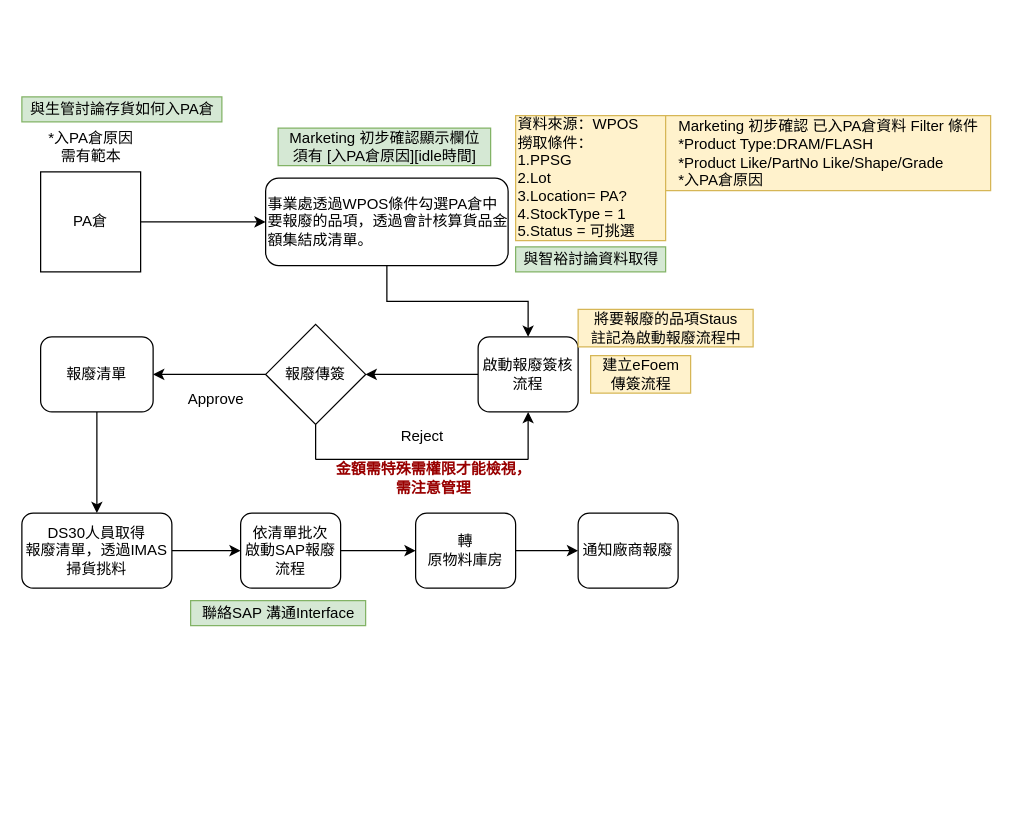
Above: SCRAP.drawio in Charles886/zzcoco (draw.io), before the change. Source tidied: cells renumbered, new cells numbered last; positions are measured from the earlier drawing's top-left corner, leaving out a move shared by most shapes. Both pictures are drawn from the tidied source at 125%, with x=0, y=0 at pixel (21, 96).
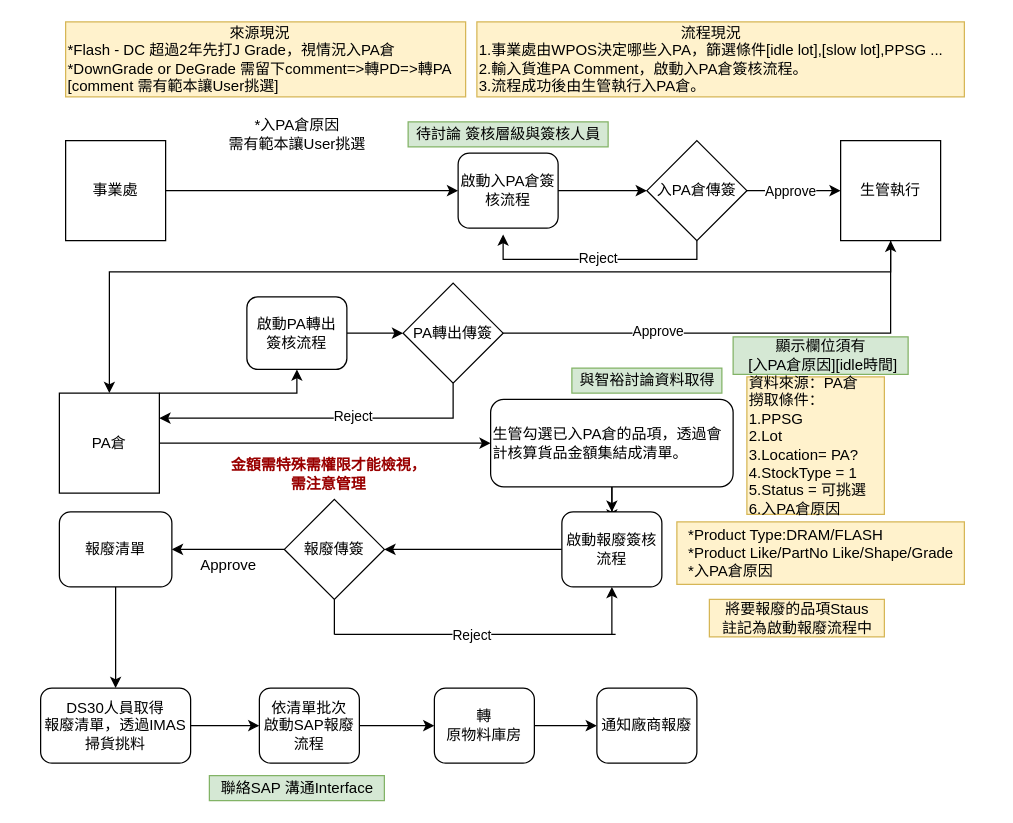
The same page after the edit.

Diff of the diagram source:
```diff
@@
+    <mxCell id="34" style="edgeStyle=orthogonalEdgeStyle;rounded=0;jettySize=auto;html=1;" parent="1" edge="1" source="2" target="10">
+      <mxGeometry relative="1" as="geometry" />
+    </mxCell>
-    <mxCell id="2" value="事業處透過WPOS條件勾選PA倉中要報廢的品項，透過會計核算貨品金額集結成清單。" style="rounded=1;whiteSpace=wrap;html=1;align=left;" parent="1" vertex="1">
-      <mxGeometry x="195" y="65" width="194" height="70" as="geometry" />
+    <mxCell id="2" value="生管勾選已入PA倉的品項，透過會計核算貨品金額集結成清單。" style="rounded=1;whiteSpace=wrap;html=1;align=left;" parent="1" vertex="1">
+      <mxGeometry x="375" y="242" width="194" height="70" as="geometry" />
     </mxCell>
@@
     <mxCell id="4" value="DS30人員取得&lt;br&gt;報廢清單，透過IMAS掃貨挑料" style="rounded=1;whiteSpace=wrap;html=1;" parent="1" vertex="1">
-      <mxGeometry y="333" width="120" height="60" as="geometry" />
+      <mxGeometry x="15" y="473" width="120" height="60" as="geometry" />
     </mxCell>
@@
     <mxCell id="6" value="轉&lt;br&gt;原物料庫房" style="rounded=1;whiteSpace=wrap;html=1;" parent="1" vertex="1">
-      <mxGeometry x="315" y="333" width="80" height="60" as="geometry" />
+      <mxGeometry x="330" y="473" width="80" height="60" as="geometry" />
     </mxCell>
     <mxCell id="7" value="通知廠商報廢" style="rounded=1;whiteSpace=wrap;html=1;" parent="1" vertex="1">
-      <mxGeometry x="445" y="333" width="80" height="60" as="geometry" />
+      <mxGeometry x="460" y="473" width="80" height="60" as="geometry" />
     </mxCell>
-    <mxCell id="8" style="edgeStyle=orthogonalEdgeStyle;rounded=0;jettySize=auto;html=1;entryX=0.5;entryY=0;entryDx=0;entryDy=0;exitX=0.5;exitY=1;exitDx=0;exitDy=0;" parent="1" edge="1" source="2" target="10">
-      <mxGeometry relative="1" as="geometry" />
+    <mxCell id="8" style="edgeStyle=orthogonalEdgeStyle;rounded=0;jettySize=auto;html=1;entryX=0.5;entryY=0;entryDx=0;entryDy=0;exitX=0.5;exitY=1;exitDx=0;exitDy=0;" parent="1" edge="1" source="2">
+      <mxGeometry relative="1" as="geometry">
+        <mxPoint x="472" y="339" as="targetPoint" />
+      </mxGeometry>
     </mxCell>
@@
     <mxCell id="10" value="啟動報廢簽核流程" style="rounded=1;whiteSpace=wrap;html=1;" parent="1" vertex="1">
-      <mxGeometry x="365" y="192" width="80" height="60" as="geometry" />
+      <mxGeometry x="432" y="332" width="80" height="60" as="geometry" />
     </mxCell>
@@
     <mxCell id="12" value="依清單批次&lt;br&gt;啟動SAP報廢流程" style="rounded=1;whiteSpace=wrap;html=1;" parent="1" vertex="1">
-      <mxGeometry x="175" y="333" width="80" height="60" as="geometry" />
+      <mxGeometry x="190" y="473" width="80" height="60" as="geometry" />
     </mxCell>
@@
     <mxCell id="14" value="報廢清單" style="rounded=1;whiteSpace=wrap;html=1;" parent="1" vertex="1">
-      <mxGeometry x="15" y="192" width="90" height="60" as="geometry" />
+      <mxGeometry x="30" y="332" width="90" height="60" as="geometry" />
     </mxCell>
-    <mxCell id="15" value="資料來源：WPOS&amp;nbsp;&lt;br&gt;撈取條件：&lt;br&gt;1.PPSG &lt;br&gt;2.Lot &lt;br&gt;3.Location= PA?&lt;br&gt;4.StockType = 1&amp;nbsp;&lt;br&gt;5.Status = 可挑選" style="text;html=1;align=left;verticalAlign=middle;fillColor=#fff2cc;strokeColor=#d6b656;" parent="1" vertex="1">
-      <mxGeometry x="395" y="15" width="120" height="100" as="geometry" />
+    <mxCell id="15" value="資料來源：PA倉&amp;nbsp;&lt;br&gt;撈取條件：&lt;br&gt;1.PPSG &lt;br&gt;2.Lot &lt;br&gt;3.Location= PA?&lt;br&gt;4.StockType = 1&amp;nbsp;&lt;br&gt;5.Status = 可挑選&lt;br&gt;6.入PA倉原因" style="text;html=1;align=left;verticalAlign=middle;fillColor=#fff2cc;strokeColor=#d6b656;" parent="1" vertex="1">
+      <mxGeometry x="580" y="224" width="110" height="110" as="geometry" />
     </mxCell>
     <mxCell id="16" value="聯絡SAP 溝通Interface" style="text;html=1;align=center;verticalAlign=middle;fillColor=#d5e8d4;strokeColor=#82b366;" parent="1" vertex="1">
-      <mxGeometry x="135" y="403" width="140" height="20" as="geometry" />
+      <mxGeometry x="150" y="543" width="140" height="20" as="geometry" />
     </mxCell>
-    <mxCell id="17" value="Marketing 初步確認顯示欄位&lt;br&gt;須有 [入PA倉原因][idle時間]" style="text;html=1;align=center;verticalAlign=middle;fillColor=#d5e8d4;strokeColor=#82b366;" parent="1" vertex="1">
-      <mxGeometry x="205" y="25" width="170" height="30" as="geometry" />
+    <mxCell id="17" value="顯示欄位須有&lt;br&gt;&amp;nbsp;[入PA倉原因][idle時間]" style="text;html=1;align=center;verticalAlign=middle;fillColor=#d5e8d4;strokeColor=#82b366;" parent="1" vertex="1">
+      <mxGeometry x="569" y="192" width="140" height="30" as="geometry" />
     </mxCell>
     <mxCell id="18" value="與智裕討論資料取得" style="text;html=1;align=center;verticalAlign=middle;fillColor=#d5e8d4;strokeColor=#82b366;" parent="1" vertex="1">
-      <mxGeometry x="395" y="120" width="120" height="20" as="geometry" />
+      <mxGeometry x="440" y="217" width="120" height="20" as="geometry" />
     </mxCell>
     <mxCell id="19" value="將要報廢的品項Staus&lt;br&gt;註記為啟動報廢流程中" style="text;html=1;align=center;verticalAlign=middle;fillColor=#fff2cc;strokeColor=#d6b656;" parent="1" vertex="1">
-      <mxGeometry x="445" y="170" width="140" height="30" as="geometry" />
+      <mxGeometry x="550" y="402" width="140" height="30" as="geometry" />
     </mxCell>
@@
     <mxCell id="21" value="報廢傳簽" style="rhombus;whiteSpace=wrap;html=1;" parent="1" vertex="1">
-      <mxGeometry x="195" y="182" width="80" height="80" as="geometry" />
+      <mxGeometry x="210" y="322" width="80" height="80" as="geometry" />
     </mxCell>
     <mxCell id="22" style="endArrow=none;html=1;" parent="1" edge="1">
       <mxGeometry relative="1" as="geometry">
-        <mxPoint x="235" y="290" as="sourcePoint" />
-        <mxPoint x="405" y="290" as="targetPoint" />
+        <mxPoint x="250" y="430" as="sourcePoint" />
+        <mxPoint x="475" y="430" as="targetPoint" />
       </mxGeometry>
     </mxCell>
+    <mxCell id="35" value="Reject" style="edgeLabel;html=1;align=center;verticalAlign=middle;" parent="22" vertex="1">
+      <mxGeometry x="-0.89" y="1" relative="1" as="geometry">
+        <mxPoint x="97.5" y="1" as="offset" />
+      </mxGeometry>
+    </mxCell>
     <mxCell id="23" style="endArrow=none;html=1;entryX=0.5;entryY=1;entryDx=0;entryDy=0;" parent="1" edge="1" target="21">
       <mxGeometry relative="1" as="geometry">
-        <mxPoint x="235" y="290" as="sourcePoint" />
+        <mxPoint x="250" y="430" as="sourcePoint" />
       </mxGeometry>
     </mxCell>
     <mxCell id="24" style="endArrow=classic;html=1;entryX=0.5;entryY=1;entryDx=0;entryDy=0;" parent="1" edge="1" target="10">
       <mxGeometry relative="1" as="geometry">
-        <mxPoint x="405" y="290" as="sourcePoint" />
+        <mxPoint x="472" y="430" as="sourcePoint" />
       </mxGeometry>
     </mxCell>
     <mxCell id="25" value="Approve" style="text;html=1;align=center;verticalAlign=middle;" parent="1" vertex="1">
-      <mxGeometry x="125" y="232" width="60" height="20" as="geometry" />
+      <mxGeometry x="135" y="365" width="60" height="20" as="geometry" />
     </mxCell>
-    <mxCell id="26" value="Reject" style="text;html=1;align=center;verticalAlign=middle;" parent="1" vertex="1">
-      <mxGeometry x="295" y="262" width="50" height="20" as="geometry" />
-    </mxCell>
     <mxCell id="27" value="&lt;font color=&quot;#990000&quot;&gt;金額需特殊需權限才能檢視，&lt;br&gt;需注意管理&lt;/font&gt;" style="text;html=1;align=center;verticalAlign=middle;fontStyle=1;" parent="1" vertex="1">
-      <mxGeometry x="244" y="290" width="170" height="30" as="geometry" />
+      <mxGeometry x="160" y="287" width="170" height="30" as="geometry" />
     </mxCell>
@@
+    <mxCell id="36" style="edgeStyle=orthogonalEdgeStyle;rounded=0;jettySize=auto;html=1;entryX=0.5;entryY=1;entryDx=0;entryDy=0;" parent="1" edge="1" source="29" target="39">
+      <mxGeometry relative="1" as="geometry">
+        <Array as="points">
+          <mxPoint x="220" y="237" />
+        </Array>
+      </mxGeometry>
+    </mxCell>
     <mxCell id="29" value="PA倉" style="whiteSpace=wrap;html=1;" parent="1" vertex="1">
-      <mxGeometry x="15" y="60" width="80" height="80" as="geometry" />
+      <mxGeometry x="30" y="237" width="80" height="80" as="geometry" />
     </mxCell>
-    <mxCell id="30" value="建立eFoem&lt;br&gt;傳簽流程" style="text;html=1;align=center;verticalAlign=middle;fillColor=#fff2cc;strokeColor=#d6b656;" parent="1" vertex="1">
-      <mxGeometry x="455" y="207" width="80" height="30" as="geometry" />
-    </mxCell>
-    <mxCell id="31" value="*入PA倉原因&lt;br&gt;需有範本" style="text;html=1;align=center;verticalAlign=middle;" parent="1" vertex="1">
-      <mxGeometry x="15" y="25" width="80" height="30" as="geometry" />
+    <mxCell id="31" value="*入PA倉原因&lt;br&gt;需有範本&lt;span style=&quot;text-align: left&quot;&gt;讓User挑選&lt;/span&gt;" style="text;html=1;align=center;verticalAlign=middle;" parent="1" vertex="1">
+      <mxGeometry x="160" y="15" width="120" height="30" as="geometry" />
     </mxCell>
-    <mxCell id="32" value="Marketing 初步確認 已入PA倉資料 Filter 條件&lt;br&gt;&lt;div style=&quot;text-align: left&quot;&gt;&lt;span&gt;*Product Type:DRAM/FLASH&lt;/span&gt;&lt;/div&gt;&lt;div style=&quot;text-align: left&quot;&gt;&lt;span&gt;*Product Like/PartNo Like/Shape/Grade&lt;/span&gt;&lt;/div&gt;&lt;div style=&quot;text-align: left&quot;&gt;&lt;span&gt;*入PA倉原因&lt;/span&gt;&lt;/div&gt;" style="text;html=1;align=center;verticalAlign=middle;fillColor=#fff2cc;strokeColor=#d6b656;" parent="1" vertex="1">
-      <mxGeometry x="515" y="15" width="260" height="60" as="geometry" />
+    <mxCell id="32" value="&lt;div style=&quot;text-align: left&quot;&gt;&lt;span&gt;*Product Type:DRAM/FLASH&lt;/span&gt;&lt;/div&gt;&lt;div style=&quot;text-align: left&quot;&gt;&lt;span&gt;*Product Like/PartNo Like/Shape/Grade&lt;/span&gt;&lt;/div&gt;&lt;div style=&quot;text-align: left&quot;&gt;&lt;span&gt;*入PA倉原因&lt;/span&gt;&lt;/div&gt;" style="text;html=1;align=center;verticalAlign=middle;fillColor=#fff2cc;strokeColor=#d6b656;" parent="1" vertex="1">
+      <mxGeometry x="524" y="340" width="230" height="50" as="geometry" />
     </mxCell>
-    <mxCell id="33" value="與生管討論存貨如何入PA倉" style="text;html=1;align=center;verticalAlign=middle;fillColor=#d5e8d4;strokeColor=#82b366;" parent="1" vertex="1">
-      <mxGeometry width="160" height="20" as="geometry" />
-    </mxCell>
+    <mxCell id="37" value="&lt;div style=&quot;text-align: center&quot;&gt;&lt;span&gt;流程現況&lt;/span&gt;&lt;/div&gt;1.事業處由WPOS決定哪些入PA，篩選條件[idle lot],[slow lot],PPSG ...&lt;br&gt;2.輸入貨進PA Comment，啟動入PA倉簽核流程。&lt;br&gt;3.流程成功後由生管執行入PA倉。" style="text;html=1;align=left;verticalAlign=middle;fillColor=#fff2cc;strokeColor=#d6b656;" parent="1" vertex="1">
+      <mxGeometry x="364" y="-60" width="390" height="60" as="geometry" />
+    </mxCell>
+    <mxCell id="38" style="edgeStyle=orthogonalEdgeStyle;rounded=0;jettySize=auto;html=1;" parent="1" edge="1" source="39" target="57">
+      <mxGeometry relative="1" as="geometry" />
+    </mxCell>
+    <mxCell id="39" value="啟動PA轉出&lt;br&gt;簽核流程" style="rounded=1;whiteSpace=wrap;html=1;" parent="1" vertex="1">
+      <mxGeometry x="180" y="160" width="80" height="58" as="geometry" />
+    </mxCell>
+    <mxCell id="40" style="edgeStyle=orthogonalEdgeStyle;rounded=0;jettySize=auto;html=1;entryX=0;entryY=0.5;entryDx=0;entryDy=0;" parent="1" edge="1" source="41" target="42">
+      <mxGeometry relative="1" as="geometry" />
+    </mxCell>
+    <mxCell id="41" value="事業處" style="whiteSpace=wrap;html=1;" parent="1" vertex="1">
+      <mxGeometry x="35" y="35" width="80" height="80" as="geometry" />
+    </mxCell>
+    <mxCell id="42" value="啟動入PA倉簽核流程" style="rounded=1;whiteSpace=wrap;html=1;" parent="1" vertex="1">
+      <mxGeometry x="349" y="45" width="80" height="60" as="geometry" />
+    </mxCell>
+    <mxCell id="43" style="edgeStyle=orthogonalEdgeStyle;rounded=0;jettySize=auto;html=1;" parent="1" edge="1" source="44" target="29">
+      <mxGeometry relative="1" as="geometry">
+        <Array as="points">
+          <mxPoint x="695" y="140" />
+          <mxPoint x="70" y="140" />
+        </Array>
+      </mxGeometry>
+    </mxCell>
+    <mxCell id="44" value="生管執行" style="whiteSpace=wrap;html=1;" parent="1" vertex="1">
+      <mxGeometry x="655" y="35" width="80" height="80" as="geometry" />
+    </mxCell>
+    <mxCell id="45" value="&lt;div style=&quot;text-align: center&quot;&gt;&lt;span&gt;來源現況&lt;/span&gt;&lt;/div&gt;*Flash - DC 超過2年先打J Grade，視情況入PA倉&lt;br&gt;*DownGrade or&amp;nbsp;DeGrade 需留下comment=&amp;gt;轉PD=&amp;gt;轉PA&lt;br&gt;[comment 需有範本讓User挑選]" style="text;html=1;align=left;verticalAlign=middle;fillColor=#fff2cc;strokeColor=#d6b656;" parent="1" vertex="1">
+      <mxGeometry x="35" y="-60" width="320" height="60" as="geometry" />
+    </mxCell>
+    <mxCell id="46" value="待討論 簽核層級與簽核人員" style="text;html=1;align=center;verticalAlign=middle;fillColor=#d5e8d4;strokeColor=#82b366;" parent="1" vertex="1">
+      <mxGeometry x="309" y="20" width="160" height="20" as="geometry" />
+    </mxCell>
+    <mxCell id="47" style="edgeStyle=orthogonalEdgeStyle;rounded=0;jettySize=auto;html=1;entryX=0;entryY=0.5;entryDx=0;entryDy=0;" parent="1" edge="1" source="51" target="44">
+      <mxGeometry relative="1" as="geometry" />
+    </mxCell>
+    <mxCell id="48" value="Approve" style="edgeLabel;html=1;align=center;verticalAlign=middle;" parent="47" vertex="1">
+      <mxGeometry x="-0.31" relative="1" as="geometry">
+        <mxPoint x="8" as="offset" />
+      </mxGeometry>
+    </mxCell>
+    <mxCell id="49" style="edgeStyle=orthogonalEdgeStyle;rounded=0;jettySize=auto;html=1;" parent="1" edge="1" source="51">
+      <mxGeometry relative="1" as="geometry">
+        <mxPoint x="385" y="110" as="targetPoint" />
+        <Array as="points">
+          <mxPoint x="540" y="130" />
+          <mxPoint x="385" y="130" />
+        </Array>
+      </mxGeometry>
+    </mxCell>
+    <mxCell id="50" value="Reject" style="edgeLabel;html=1;align=center;verticalAlign=middle;" parent="49" vertex="1">
+      <mxGeometry x="-0.22" relative="1" as="geometry">
+        <mxPoint x="-21" y="-2" as="offset" />
+      </mxGeometry>
+    </mxCell>
+    <mxCell id="51" value="入PA倉傳簽" style="rhombus;whiteSpace=wrap;html=1;" parent="1" vertex="1">
+      <mxGeometry x="500" y="35" width="80" height="80" as="geometry" />
+    </mxCell>
+    <mxCell id="52" style="edgeStyle=orthogonalEdgeStyle;rounded=0;jettySize=auto;html=1;entryX=0;entryY=0.5;entryDx=0;entryDy=0;" parent="1" edge="1" source="42" target="51">
+      <mxGeometry relative="1" as="geometry" />
+    </mxCell>
+    <mxCell id="53" style="edgeStyle=orthogonalEdgeStyle;rounded=0;jettySize=auto;html=1;" parent="1" edge="1" source="57" target="44">
+      <mxGeometry relative="1" as="geometry" />
+    </mxCell>
+    <mxCell id="54" value="Approve" style="edgeLabel;html=1;align=center;verticalAlign=middle;" parent="53" vertex="1">
+      <mxGeometry x="-0.36" y="2" relative="1" as="geometry" />
+    </mxCell>
+    <mxCell id="55" style="edgeStyle=orthogonalEdgeStyle;rounded=0;jettySize=auto;html=1;entryX=1;entryY=0.25;entryDx=0;entryDy=0;" parent="1" edge="1" source="57" target="29">
+      <mxGeometry relative="1" as="geometry">
+        <Array as="points">
+          <mxPoint x="345" y="257" />
+        </Array>
+      </mxGeometry>
+    </mxCell>
+    <mxCell id="56" value="Reject" style="edgeLabel;html=1;align=center;verticalAlign=middle;" parent="55" vertex="1">
+      <mxGeometry x="-0.17" relative="1" as="geometry">
+        <mxPoint y="-2" as="offset" />
+      </mxGeometry>
+    </mxCell>
+    <mxCell id="57" value="PA轉出傳簽" style="rhombus;whiteSpace=wrap;html=1;" parent="1" vertex="1">
+      <mxGeometry x="305" y="149" width="80" height="80" as="geometry" />
+    </mxCell>
```
